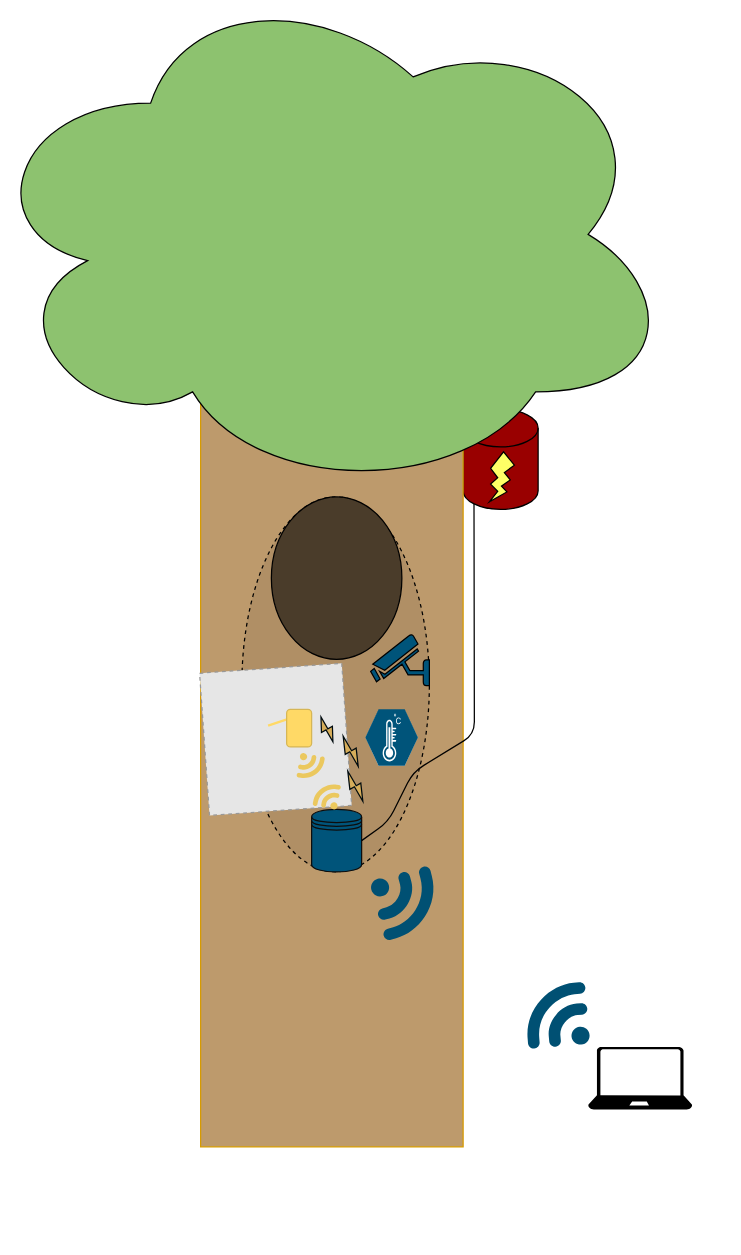
Earlier version of the draw.io diagram Utils/Drawio/Sketch_hito1.drawio (tlondero/Dise-o). Source tidied: cells renumbered, new cells numbered last; positions are measured from the earlier drawing's top-left corner, leaving out a move shared by most shapes. Both pictures are drawn from the tidied source at 125%, with x=0, y=0 at pixel (-25, -29). Pictures stored in the file or linked from it are replaced by grey dashed boxes.
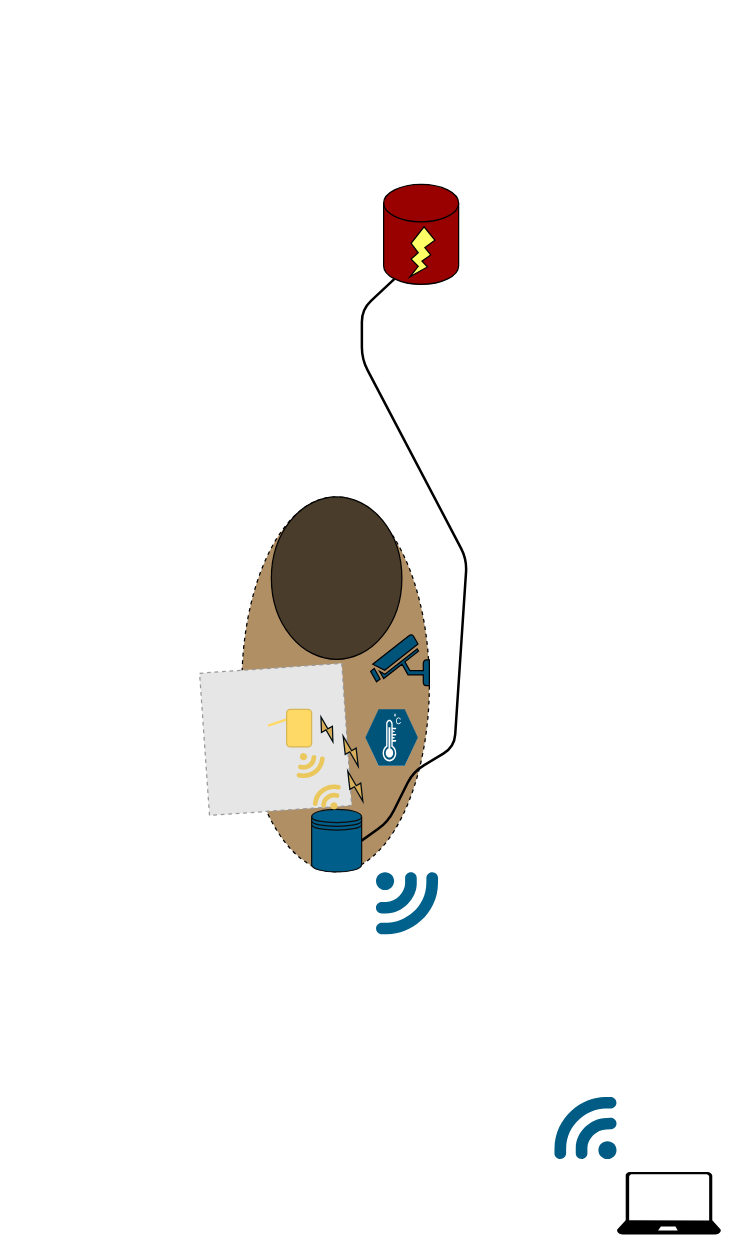
The same page after the edit.

The edit, as a diff of the source:
```diff
@@
     <mxCell id="2" style="shape=cylinder3;whiteSpace=wrap;html=1;boundedLbl=1;backgroundOutline=1;size=15;fillColor=#990000;" parent="1" vertex="1">
-      <mxGeometry x="390" y="350" width="60" height="80" as="geometry" />
+      <mxGeometry x="326.4" y="170" width="60" height="80" as="geometry" />
     </mxCell>
-    <mxCell id="3" style="verticalLabelPosition=bottom;verticalAlign=top;html=1;step=5;fillStrokeWidth=0.2;fillStrokeColor=#dddddd;strokeColor=#d79b00;fillColor=#BD9A6C;" parent="1" vertex="1">
-      <mxGeometry x="180" y="340" width="210" height="600" as="geometry" />
-    </mxCell>
-    <mxCell id="4" style="ellipse;shape=cloud;whiteSpace=wrap;html=1;fillColor=#8DC26F;" parent="1" vertex="1">
-      <mxGeometry width="560" height="420" as="geometry" />
-    </mxCell>
@@
     <mxCell id="6" style="verticalLabelPosition=bottom;verticalAlign=top;html=1;shape=mxgraph.basic.flash;fillColor=#FFFF66;" parent="1" vertex="1">
-      <mxGeometry x="411" y="384" width="20" height="40" as="geometry" />
+      <mxGeometry x="347.4" y="204" width="20" height="40" as="geometry" />
     </mxCell>
-    <mxCell id="7" style="shape=datastore;whiteSpace=wrap;html=1;strokeColor=#0D0D0D;fillColor=#00547A;" parent="1" vertex="1">
+    <mxCell id="7" style="shape=datastore;whiteSpace=wrap;html=1;strokeColor=#0D0D0D;fillColor=#005F8A;" parent="1" vertex="1">
       <mxGeometry x="268.8" y="670" width="40" height="50" as="geometry" />
     </mxCell>
-    <mxCell id="8" style="verticalLabelPosition=bottom;html=1;verticalAlign=top;align=center;shape=mxgraph.cisco19.3g_4g_indicator;strokeColor=none;rotation=75;fillColor=#005073;" parent="1" vertex="1">
+    <mxCell id="8" style="verticalLabelPosition=bottom;html=1;verticalAlign=top;align=center;shape=mxgraph.cisco19.3g_4g_indicator;strokeColor=none;rotation=90;fillColor=#00628C;" parent="1" vertex="1">
       <mxGeometry x="320" y="720" width="50" height="50" as="geometry" />
     </mxCell>
@@
-    <mxCell id="10" style="endArrow=none;html=1;fillColor=#005073;exitX=1;exitY=0.5;exitDx=0;exitDy=0;entryX=0.145;entryY=1;entryDx=0;entryDy=-4.35;entryPerimeter=0;" parent="1" edge="1" source="7" target="2">
+    <mxCell id="10" style="endArrow=none;html=1;fillColor=#005073;exitX=1;exitY=0.5;exitDx=0;exitDy=0;entryX=0.145;entryY=1;entryDx=0;entryDy=-4.35;entryPerimeter=0;strokeWidth=2;" parent="1" edge="1" source="7" target="2">
       <mxGeometry relative="1" as="geometry">
         <Array as="points">
           <mxPoint x="330" y="680" />
           <mxPoint x="350" y="640" />
-          <mxPoint x="399" y="610" />
+          <mxPoint x="383" y="620" />
+          <mxPoint x="393" y="470" />
+          <mxPoint x="309" y="310" />
+          <mxPoint x="309" y="270" />
         </Array>
       </mxGeometry>
     </mxCell>
@@
-    <mxCell id="12" style="verticalLabelPosition=bottom;html=1;verticalAlign=top;align=center;shape=mxgraph.cisco19.3g_4g_indicator;strokeColor=none;rotation=85;fillColor=#005073;flipH=1;flipV=1;" parent="1" vertex="1">
-      <mxGeometry x="440" y="810" width="50" height="50" as="geometry" />
+    <mxCell id="12" style="verticalLabelPosition=bottom;html=1;verticalAlign=top;align=center;shape=mxgraph.cisco19.3g_4g_indicator;strokeColor=none;rotation=90;flipH=1;flipV=1;fillColor=#005C85;" parent="1" vertex="1">
+      <mxGeometry x="463" y="900" width="50" height="50" as="geometry" />
     </mxCell>
@@
     <mxCell id="22" style="shadow=0;dashed=0;html=1;strokeColor=none;labelPosition=center;verticalLabelPosition=bottom;verticalAlign=top;align=center;shape=mxgraph.azure.laptop;fillColor=#000000;" parent="1" vertex="1">
-      <mxGeometry x="490" y="860" width="83.3" height="50" as="geometry" />
+      <mxGeometry x="513" y="960" width="83.3" height="50" as="geometry" />
     </mxCell>
```
